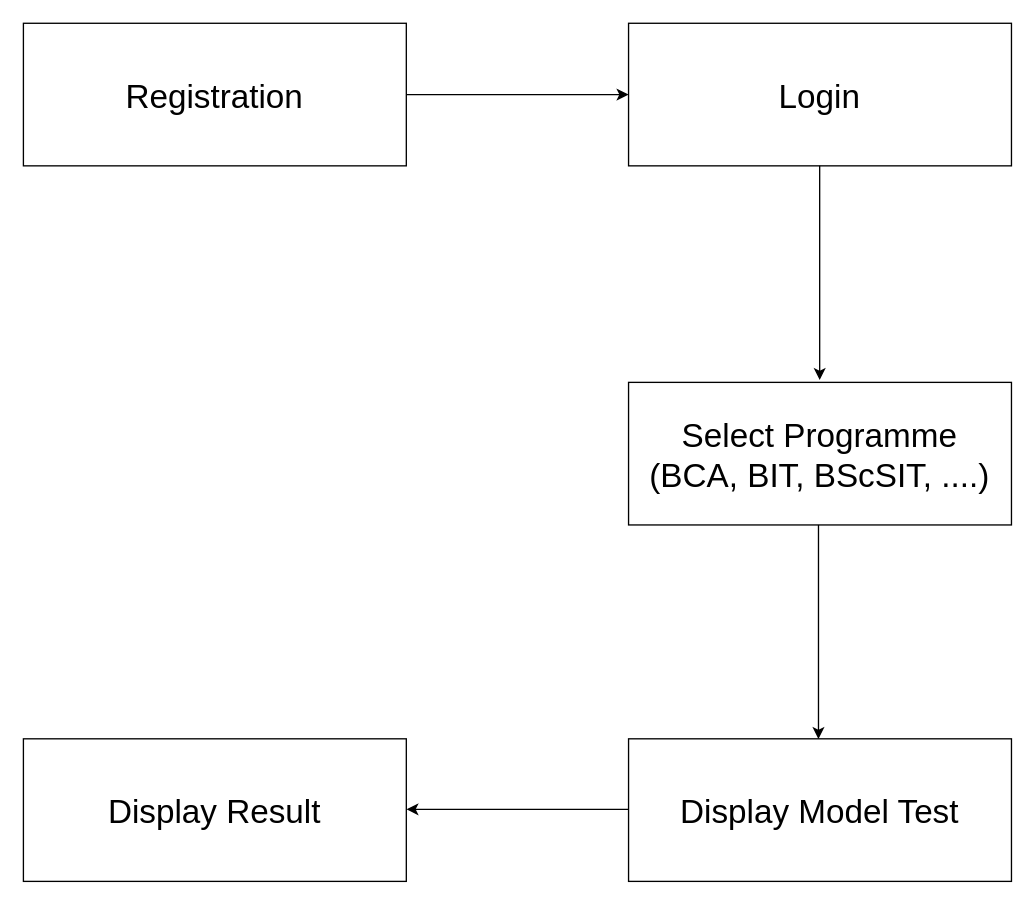
The draw.io diagram static/Project Diagram/Block Diagram.drawio in sainisoftravi/online_entrance, before the edit. Source tidied: cells renumbered, new cells numbered last; positions are measured from the earlier drawing's top-left corner, leaving out a move shared by most shapes. Both pictures are drawn from the tidied source at 133%, with x=0, y=0 at pixel (23, 23).
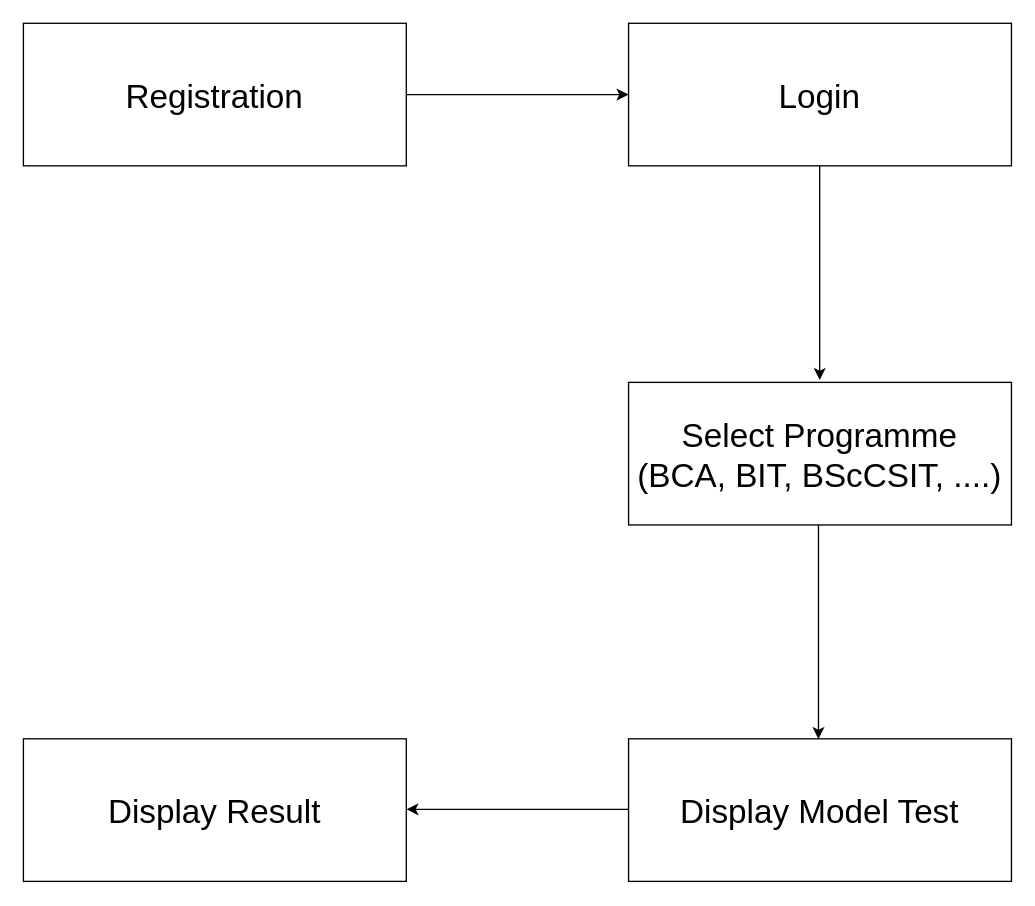
Above is the later version.

Change to the diagram source:
```diff
@@
 <mxGraphModel>
   <root>
     <mxCell id="0" />
     <mxCell id="1" parent="0" />
-    <mxCell id="2" value="&lt;font style=&quot;font-size: 25px;&quot;&gt;Select Programme&lt;br&gt;(BCA, BIT, BScSIT, ....)&lt;br&gt;&lt;/font&gt;" style="whiteSpace=wrap;html=1;" parent="1" vertex="1">
+    <mxCell id="2" value="&lt;font style=&quot;font-size: 25px;&quot;&gt;Select Programme&lt;br&gt;(BCA, BIT, BScCSIT, ....)&lt;br&gt;&lt;/font&gt;" style="whiteSpace=wrap;html=1;" parent="1" vertex="1">
       <mxGeometry x="455.1" y="270" width="287.9" height="107.2" as="geometry" />
     </mxCell>
     <mxCell id="3" value="&lt;font style=&quot;&quot;&gt;&lt;font style=&quot;font-size: 25px;&quot;&gt;Login&lt;/font&gt;&lt;br&gt;&lt;/font&gt;" style="whiteSpace=wrap;html=1;" parent="1" vertex="1">
       <mxGeometry x="455.1" width="287.9" height="107.2" as="geometry" />
     </mxCell>
     <mxCell id="4" value="&lt;font style=&quot;&quot;&gt;&lt;font style=&quot;font-size: 25px;&quot;&gt;Registration&lt;/font&gt;&lt;br&gt;&lt;/font&gt;" style="whiteSpace=wrap;html=1;" parent="1" vertex="1">
       <mxGeometry x="0.1" width="287.9" height="107.2" as="geometry" />
     </mxCell>
     <mxCell id="5" value="&lt;font style=&quot;&quot;&gt;&lt;font style=&quot;font-size: 25px;&quot;&gt;Display Model Test&lt;/font&gt;&lt;br&gt;&lt;/font&gt;" style="whiteSpace=wrap;html=1;" parent="1" vertex="1">
       <mxGeometry x="455.1" y="538" width="287.9" height="107.2" as="geometry" />
     </mxCell>
     <mxCell id="6" value="&lt;font style=&quot;&quot;&gt;&lt;font style=&quot;font-size: 25px;&quot;&gt;Display Result&lt;/font&gt;&lt;br&gt;&lt;/font&gt;" style="whiteSpace=wrap;html=1;" parent="1" vertex="1">
       <mxGeometry x="0.1" y="538" width="287.9" height="107.2" as="geometry" />
     </mxCell>
     <mxCell id="7" style="endArrow=classic;html=1;rounded=0;exitX=0.5;exitY=1;exitDx=0;exitDy=0;entryX=0.5;entryY=0;entryDx=0;entryDy=0;" parent="1" edge="1">
       <mxGeometry relative="1" as="geometry">
         <mxPoint x="598.8" y="107.2" as="sourcePoint" />
         <mxPoint x="598.8" y="268.2" as="targetPoint" />
       </mxGeometry>
     </mxCell>
     <mxCell id="8" style="endArrow=classic;html=1;rounded=0;exitX=1;exitY=0.5;exitDx=0;exitDy=0;entryX=0;entryY=0.5;entryDx=0;entryDy=0;" parent="1" edge="1" source="4" target="3">
       <mxGeometry relative="1" as="geometry" />
     </mxCell>
     <mxCell id="9" style="endArrow=classic;html=1;rounded=0;exitX=0.5;exitY=1;exitDx=0;exitDy=0;entryX=0.5;entryY=0;entryDx=0;entryDy=0;" parent="1" edge="1">
       <mxGeometry relative="1" as="geometry">
         <mxPoint x="597.9" y="377.2" as="sourcePoint" />
         <mxPoint x="597.9" y="538.2" as="targetPoint" />
       </mxGeometry>
     </mxCell>
     <mxCell id="10" style="endArrow=classic;html=1;rounded=0;exitX=1;exitY=0.5;exitDx=0;exitDy=0;entryX=0;entryY=0.5;entryDx=0;entryDy=0;" parent="1" edge="1">
       <mxGeometry relative="1" as="geometry">
         <mxPoint x="455.1" y="591" as="sourcePoint" />
         <mxPoint x="288.1" y="591" as="targetPoint" />
       </mxGeometry>
     </mxCell>
   </root>
 </mxGraphModel>
```
